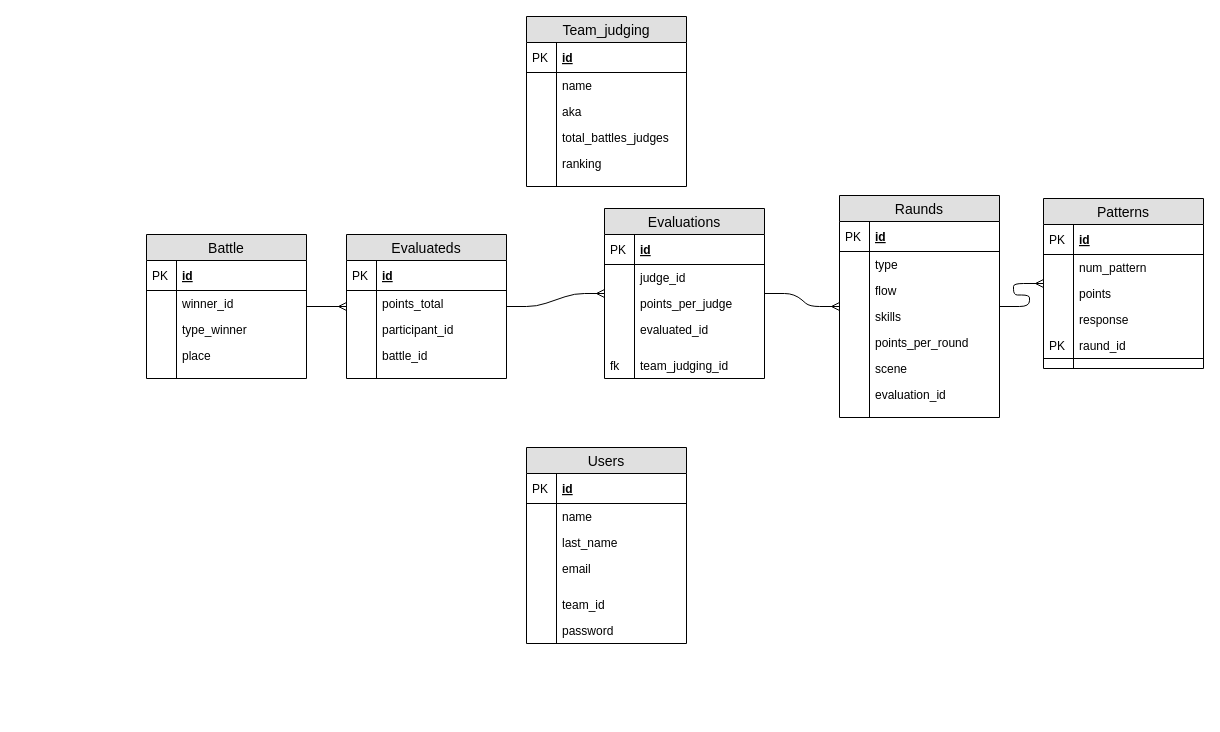
This is Untitled Diagram.drawio from Isidro-hernndez/Texto1, a draw.io file, before an edit. Source tidied: cells renumbered, new cells numbered last; positions are measured from the earlier drawing's top-left corner, leaving out a move shared by most shapes. Both pictures are drawn from the tidied source at 100%, with x=0, y=0 at pixel (146, 16).
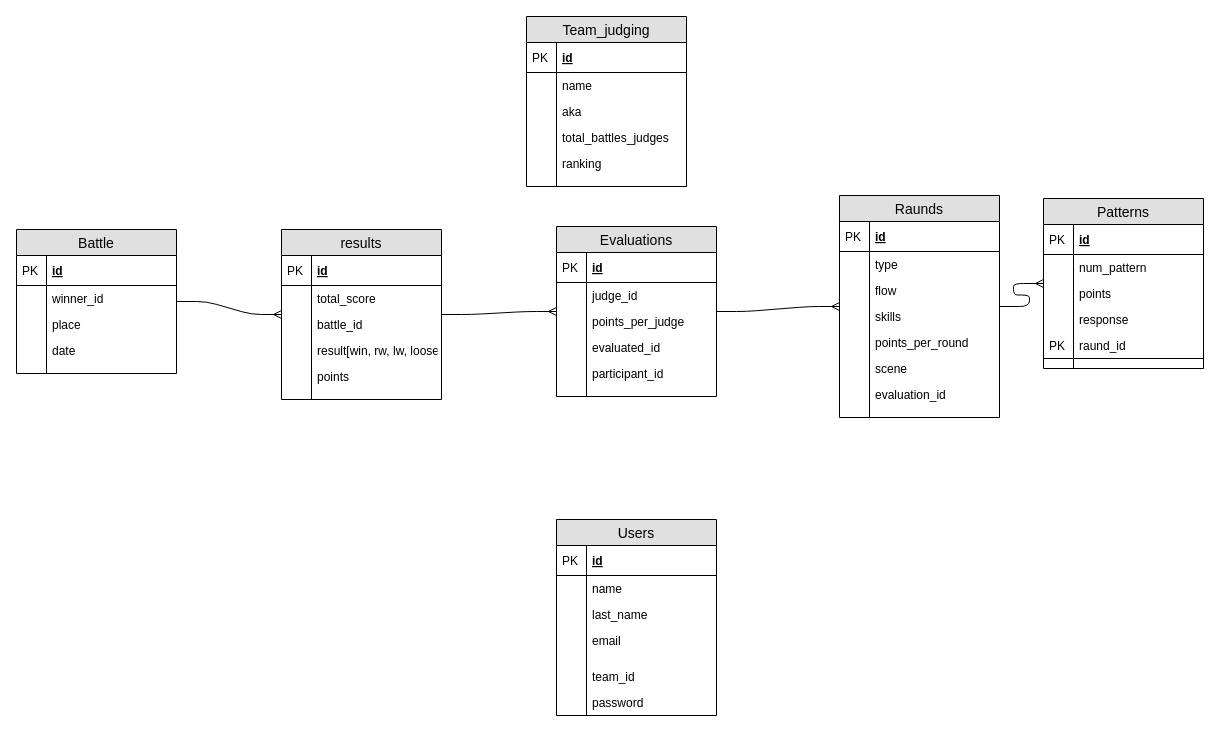
The same diagram, later.

The edit, as a diff of the source:
```diff
@@
     <mxCell id="2" value="Battle" style="swimlane;fontStyle=0;horizontal=1;startSize=26;fillColor=#e0e0e0;swimlaneFillColor=#ffffff;align=center;fontSize=14;" parent="1" vertex="1">
-      <mxGeometry y="218" width="160" height="144" as="geometry" />
+      <mxGeometry x="-130" y="213" width="160" height="144" as="geometry" />
     </mxCell>
@@
-    <mxCell id="7" value="type_winner" style="shape=partialRectangle;top=0;left=0;right=0;bottom=0;align=left;verticalAlign=top;fillColor=none;spacingLeft=34;spacingRight=4;overflow=hidden;fontSize=12;" parent="2" vertex="1">
+    <mxCell id="7" value="place" style="shape=partialRectangle;top=0;left=0;right=0;bottom=0;align=left;verticalAlign=top;fillColor=none;spacingLeft=34;spacingRight=4;overflow=hidden;fontSize=12;" parent="2" vertex="1">
       <mxGeometry y="82" width="160" height="26" as="geometry" />
     </mxCell>
@@
-    <mxCell id="9" value="place" style="shape=partialRectangle;top=0;left=0;right=0;bottom=0;align=left;verticalAlign=top;fillColor=none;spacingLeft=34;spacingRight=4;overflow=hidden;fontSize=12;" parent="2" vertex="1">
+    <mxCell id="9" value="date" style="shape=partialRectangle;top=0;left=0;right=0;bottom=0;align=left;verticalAlign=top;fillColor=none;spacingLeft=34;spacingRight=4;overflow=hidden;fontSize=12;" parent="2" vertex="1">
       <mxGeometry y="108" width="160" height="26" as="geometry" />
     </mxCell>
@@
     <mxCell id="13" value="Users" style="swimlane;fontStyle=0;horizontal=1;startSize=26;fillColor=#e0e0e0;swimlaneFillColor=#ffffff;align=center;fontSize=14;" parent="1" vertex="1">
-      <mxGeometry x="380" y="431" width="160" height="196" as="geometry" />
+      <mxGeometry x="410" y="503" width="160" height="196" as="geometry" />
     </mxCell>
@@
     <mxCell id="28" value="Evaluations" style="swimlane;fontStyle=0;horizontal=1;startSize=26;fillColor=#e0e0e0;swimlaneFillColor=#ffffff;align=center;fontSize=14;" parent="1" vertex="1">
-      <mxGeometry x="458" y="192" width="160" height="170" as="geometry" />
+      <mxGeometry x="410" y="210" width="160" height="170" as="geometry" />
     </mxCell>
@@
+    <mxCell id="92" value="participant_id" style="shape=partialRectangle;top=0;left=0;right=0;bottom=0;align=left;verticalAlign=top;fillColor=none;spacingLeft=34;spacingRight=4;overflow=hidden;fontSize=12;" parent="28" vertex="1">
+      <mxGeometry y="134" width="160" height="26" as="geometry" />
+    </mxCell>
+    <mxCell id="93" style="shape=partialRectangle;top=0;left=0;bottom=0;fillColor=none;align=left;verticalAlign=top;spacingLeft=4;spacingRight=4;overflow=hidden;fontSize=12;" parent="92" vertex="1">
+      <mxGeometry width="30" height="26" as="geometry" />
+    </mxCell>
     <mxCell id="37" style="shape=partialRectangle;top=0;left=0;right=0;bottom=0;align=left;verticalAlign=top;fillColor=none;spacingLeft=34;spacingRight=4;overflow=hidden;fontSize=12;" parent="28" vertex="1">
-      <mxGeometry y="134" width="160" height="10" as="geometry" />
+      <mxGeometry y="160" width="160" height="10" as="geometry" />
     </mxCell>
@@
-    <mxCell id="39" value="team_judging_id" style="shape=partialRectangle;top=0;left=0;right=0;bottom=0;align=left;verticalAlign=top;fillColor=none;spacingLeft=34;spacingRight=4;overflow=hidden;fontSize=12;" parent="28" vertex="1">
-      <mxGeometry y="144" width="160" height="26" as="geometry" />
-    </mxCell>
-    <mxCell id="40" value="fk" style="shape=partialRectangle;top=0;left=0;bottom=0;fillColor=none;align=left;verticalAlign=top;spacingLeft=4;spacingRight=4;overflow=hidden;fontSize=12;" parent="39" vertex="1">
-      <mxGeometry width="30" height="26" as="geometry" />
-    </mxCell>
@@
-    <mxCell id="87" value="Evaluateds" style="swimlane;fontStyle=0;horizontal=1;startSize=26;fillColor=#e0e0e0;swimlaneFillColor=#ffffff;align=center;fontSize=14;" parent="1" vertex="1">
-      <mxGeometry x="200" y="218" width="160" height="144" as="geometry" />
+    <mxCell id="87" value="results" style="swimlane;fontStyle=0;horizontal=1;startSize=26;fillColor=#e0e0e0;swimlaneFillColor=#ffffff;align=center;fontSize=14;" parent="1" vertex="1">
+      <mxGeometry x="135" y="213" width="160" height="170" as="geometry" />
     </mxCell>
@@
-    <mxCell id="90" value="points_total" style="shape=partialRectangle;top=0;left=0;right=0;bottom=0;align=left;verticalAlign=top;fillColor=none;spacingLeft=34;spacingRight=4;overflow=hidden;fontSize=12;" parent="87" vertex="1">
+    <mxCell id="90" value="total_score" style="shape=partialRectangle;top=0;left=0;right=0;bottom=0;align=left;verticalAlign=top;fillColor=none;spacingLeft=34;spacingRight=4;overflow=hidden;fontSize=12;" parent="87" vertex="1">
       <mxGeometry y="56" width="160" height="26" as="geometry" />
     </mxCell>
@@
-    <mxCell id="92" value="participant_id" style="shape=partialRectangle;top=0;left=0;right=0;bottom=0;align=left;verticalAlign=top;fillColor=none;spacingLeft=34;spacingRight=4;overflow=hidden;fontSize=12;" parent="87" vertex="1">
-      <mxGeometry y="82" width="160" height="26" as="geometry" />
-    </mxCell>
-    <mxCell id="93" style="shape=partialRectangle;top=0;left=0;bottom=0;fillColor=none;align=left;verticalAlign=top;spacingLeft=4;spacingRight=4;overflow=hidden;fontSize=12;" parent="92" vertex="1">
-      <mxGeometry width="30" height="26" as="geometry" />
-    </mxCell>
     <mxCell id="94" value="battle_id" style="shape=partialRectangle;top=0;left=0;right=0;bottom=0;align=left;verticalAlign=top;fillColor=none;spacingLeft=34;spacingRight=4;overflow=hidden;fontSize=12;" parent="87" vertex="1">
-      <mxGeometry y="108" width="160" height="26" as="geometry" />
+      <mxGeometry y="82" width="160" height="26" as="geometry" />
     </mxCell>
@@
+    <mxCell id="99" value="result[win, rw, lw, loose]" style="shape=partialRectangle;top=0;left=0;right=0;bottom=0;align=left;verticalAlign=top;fillColor=none;spacingLeft=34;spacingRight=4;overflow=hidden;fontSize=12;" parent="87" vertex="1">
+      <mxGeometry y="108" width="160" height="26" as="geometry" />
+    </mxCell>
+    <mxCell id="100" style="shape=partialRectangle;top=0;left=0;bottom=0;fillColor=none;align=left;verticalAlign=top;spacingLeft=4;spacingRight=4;overflow=hidden;fontSize=12;" parent="99" vertex="1">
+      <mxGeometry width="30" height="26" as="geometry" />
+    </mxCell>
+    <mxCell id="101" value="points" style="shape=partialRectangle;top=0;left=0;right=0;bottom=0;align=left;verticalAlign=top;fillColor=none;spacingLeft=34;spacingRight=4;overflow=hidden;fontSize=12;" parent="87" vertex="1">
+      <mxGeometry y="134" width="160" height="26" as="geometry" />
+    </mxCell>
+    <mxCell id="102" style="shape=partialRectangle;top=0;left=0;bottom=0;fillColor=none;align=left;verticalAlign=top;spacingLeft=4;spacingRight=4;overflow=hidden;fontSize=12;" parent="101" vertex="1">
+      <mxGeometry width="30" height="26" as="geometry" />
+    </mxCell>
     <mxCell id="96" style="shape=partialRectangle;top=0;left=0;right=0;bottom=0;align=left;verticalAlign=top;fillColor=none;spacingLeft=34;spacingRight=4;overflow=hidden;fontSize=12;" parent="87" vertex="1">
-      <mxGeometry y="134" width="160" height="10" as="geometry" />
+      <mxGeometry y="160" width="160" height="10" as="geometry" />
     </mxCell>
```
